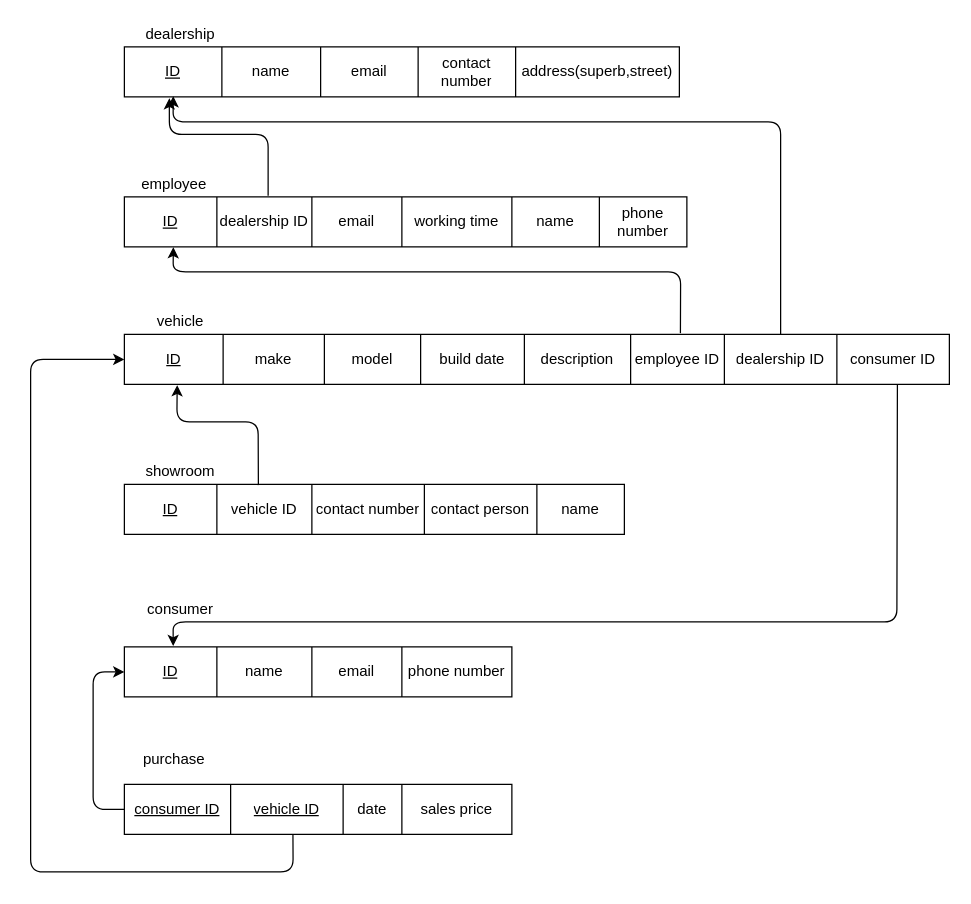
The draw.io diagram week3/ass1Q2.drawio in bekon-official/COMP9311, before the edit. Source tidied: cells renumbered, new cells numbered last; positions are measured from the earlier drawing's top-left corner, leaving out a move shared by most shapes. Both pictures are drawn from the tidied source at 125%, with x=0, y=0 at pixel (30, 21).
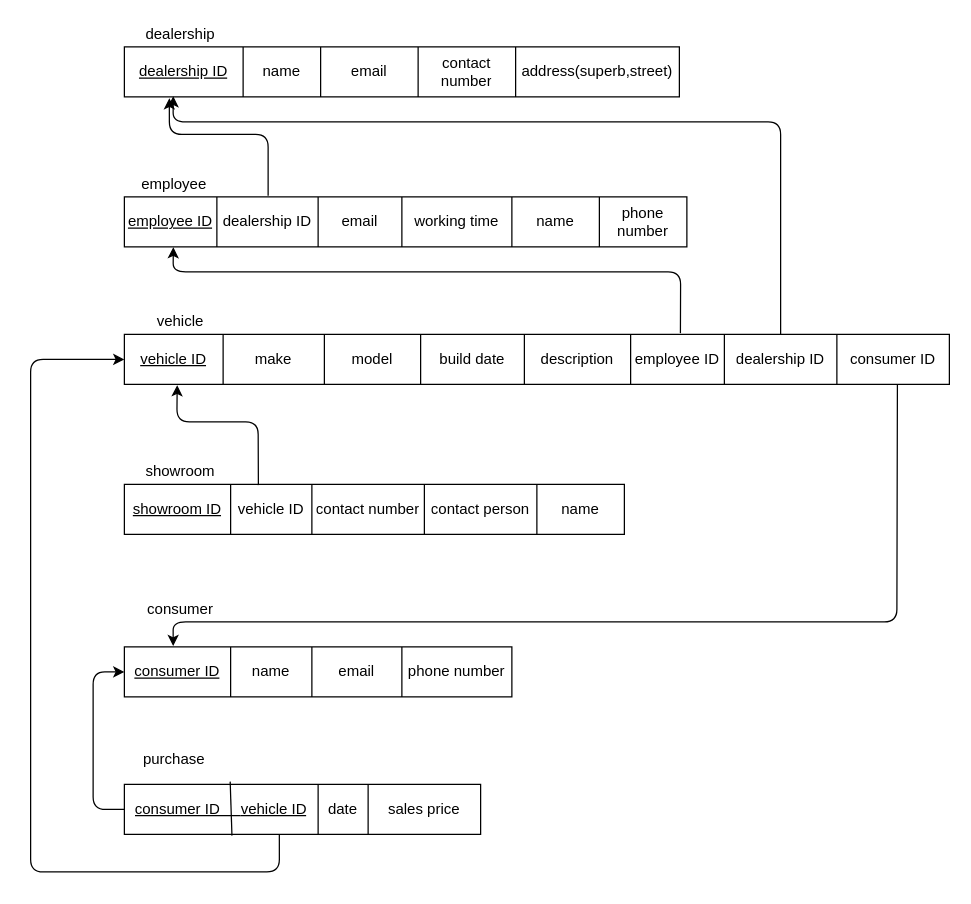
Above is the later version.

Unchanged cells that the change refers to:
```xml
<mxCell id="3" style="shape=partialRectangle;html=1;whiteSpace=wrap;fillColor=none;top=0;left=0;bottom=0;right=0;points=[[0,0.5],[1,0.5]];portConstraint=eastwest;" parent="2" vertex="1">
  <mxGeometry width="444" height="40" as="geometry" />
</mxCell>
<mxCell id="10" style="shape=partialRectangle;html=1;whiteSpace=wrap;fillColor=none;top=0;left=0;bottom=0;right=0;points=[[0,0.5],[1,0.5]];portConstraint=eastwest;" parent="9" vertex="1">
  <mxGeometry width="450" height="40" as="geometry" />
</mxCell>
<mxCell id="18" style="shape=partialRectangle;html=1;whiteSpace=wrap;fillColor=none;top=0;left=0;bottom=0;right=0;points=[[0,0.5],[1,0.5]];portConstraint=eastwest;" parent="17" vertex="1">
  <mxGeometry width="660" height="40" as="geometry" />
</mxCell>
<mxCell id="28" style="shape=partialRectangle;html=1;whiteSpace=wrap;fillColor=none;top=0;left=0;bottom=0;right=0;points=[[0,0.5],[1,0.5]];portConstraint=eastwest;" parent="27" vertex="1">
  <mxGeometry width="310" height="40" as="geometry" />
</mxCell>
<mxCell id="34" style="shape=partialRectangle;html=1;whiteSpace=wrap;fillColor=none;top=0;left=0;bottom=0;right=0;points=[[0,0.5],[1,0.5]];portConstraint=eastwest;" parent="33" vertex="1">
  <mxGeometry width="400" height="40" as="geometry" />
</mxCell>
```

What changed in the source:
```diff
@@
-    <mxCell id="4" value="&lt;u&gt;ID&lt;/u&gt;" style="shape=partialRectangle;html=1;whiteSpace=wrap;fillColor=none;top=0;left=0;bottom=0;right=0;overflow=hidden;" parent="3" vertex="1">
-      <mxGeometry width="78" height="40" as="geometry" />
+    <mxCell id="4" value="&lt;u&gt;dealership ID&lt;/u&gt;" style="shape=partialRectangle;html=1;whiteSpace=wrap;fillColor=none;top=0;left=0;bottom=0;right=0;overflow=hidden;" parent="3" vertex="1">
+      <mxGeometry width="95" height="40" as="geometry" />
     </mxCell>
     <mxCell id="5" value="name" style="shape=partialRectangle;html=1;whiteSpace=wrap;fillColor=none;top=0;left=0;bottom=0;right=0;overflow=hidden;" parent="3" vertex="1">
-      <mxGeometry x="78" width="79" height="40" as="geometry" />
+      <mxGeometry x="95" width="62" height="40" as="geometry" />
     </mxCell>
@@
-    <mxCell id="11" value="&lt;u&gt;ID&lt;/u&gt;" style="shape=partialRectangle;html=1;whiteSpace=wrap;fillColor=none;top=0;left=0;bottom=0;right=0;overflow=hidden;" parent="10" vertex="1">
+    <mxCell id="11" value="&lt;u&gt;employee ID&lt;/u&gt;" style="shape=partialRectangle;html=1;whiteSpace=wrap;fillColor=none;top=0;left=0;bottom=0;right=0;overflow=hidden;" parent="10" vertex="1">
       <mxGeometry width="74" height="40" as="geometry" />
     </mxCell>
     <mxCell id="12" value="dealership ID" style="shape=partialRectangle;html=1;whiteSpace=wrap;fillColor=none;top=0;left=0;bottom=0;right=0;overflow=hidden;" parent="10" vertex="1">
-      <mxGeometry x="74" width="76" height="40" as="geometry" />
+      <mxGeometry x="74" width="81" height="40" as="geometry" />
     </mxCell>
     <mxCell id="13" value="email" style="shape=partialRectangle;html=1;whiteSpace=wrap;fillColor=none;top=0;left=0;bottom=0;right=0;overflow=hidden;" parent="10" vertex="1">
-      <mxGeometry x="150" width="72" height="40" as="geometry" />
+      <mxGeometry x="155" width="67" height="40" as="geometry" />
     </mxCell>
@@
-    <mxCell id="19" value="&lt;u&gt;ID&lt;/u&gt;" style="shape=partialRectangle;html=1;whiteSpace=wrap;fillColor=none;top=0;left=0;bottom=0;right=0;overflow=hidden;" parent="18" vertex="1">
+    <mxCell id="19" value="&lt;u&gt;vehicle ID&lt;/u&gt;" style="shape=partialRectangle;html=1;whiteSpace=wrap;fillColor=none;top=0;left=0;bottom=0;right=0;overflow=hidden;" parent="18" vertex="1">
       <mxGeometry width="79" height="40" as="geometry" />
     </mxCell>
@@
-    <mxCell id="29" value="&lt;u&gt;ID&lt;/u&gt;" style="shape=partialRectangle;html=1;whiteSpace=wrap;fillColor=none;top=0;left=0;bottom=0;right=0;overflow=hidden;" parent="28" vertex="1">
-      <mxGeometry width="74" height="40" as="geometry" />
+    <mxCell id="29" value="&lt;u&gt;consumer ID&lt;/u&gt;" style="shape=partialRectangle;html=1;whiteSpace=wrap;fillColor=none;top=0;left=0;bottom=0;right=0;overflow=hidden;" parent="28" vertex="1">
+      <mxGeometry width="85" height="40" as="geometry" />
     </mxCell>
     <mxCell id="30" value="name" style="shape=partialRectangle;html=1;whiteSpace=wrap;fillColor=none;top=0;left=0;bottom=0;right=0;overflow=hidden;" parent="28" vertex="1">
-      <mxGeometry x="74" width="76" height="40" as="geometry" />
+      <mxGeometry x="85" width="65" height="40" as="geometry" />
     </mxCell>
@@
-    <mxCell id="35" value="&lt;u&gt;ID&lt;/u&gt;" style="shape=partialRectangle;html=1;whiteSpace=wrap;fillColor=none;top=0;left=0;bottom=0;right=0;overflow=hidden;" parent="34" vertex="1">
-      <mxGeometry width="74" height="40" as="geometry" />
+    <mxCell id="35" value="&lt;u&gt;showroom ID&lt;/u&gt;" style="shape=partialRectangle;html=1;whiteSpace=wrap;fillColor=none;top=0;left=0;bottom=0;right=0;overflow=hidden;" parent="34" vertex="1">
+      <mxGeometry width="85" height="40" as="geometry" />
     </mxCell>
     <mxCell id="36" value="vehicle ID" style="shape=partialRectangle;html=1;whiteSpace=wrap;fillColor=none;top=0;left=0;bottom=0;right=0;overflow=hidden;" parent="34" vertex="1">
-      <mxGeometry x="74" width="76" height="40" as="geometry" />
+      <mxGeometry x="85" width="65" height="40" as="geometry" />
     </mxCell>
@@
     <mxCell id="45" style="shape=table;html=1;whiteSpace=wrap;startSize=0;childLayout=tableLayout;" parent="1" vertex="1">
-      <mxGeometry x="75" y="610" width="310" height="40" as="geometry" />
+      <mxGeometry x="75" y="610" width="285" height="40" as="geometry" />
     </mxCell>
     <mxCell id="46" style="shape=partialRectangle;html=1;whiteSpace=wrap;fillColor=none;top=0;left=0;bottom=0;right=0;points=[[0,0.5],[1,0.5]];portConstraint=eastwest;" parent="45" vertex="1">
-      <mxGeometry width="310" height="40" as="geometry" />
+      <mxGeometry width="285" height="40" as="geometry" />
     </mxCell>
-    <mxCell id="47" value="&lt;u&gt;consumer ID&lt;/u&gt;" style="shape=partialRectangle;html=1;whiteSpace=wrap;fillColor=none;top=0;left=0;bottom=0;right=0;overflow=hidden;" parent="46" vertex="1">
-      <mxGeometry width="85" height="40" as="geometry" />
+    <mxCell id="47" value="&lt;u&gt;consumer ID&amp;nbsp; &amp;nbsp; &amp;nbsp;&lt;/u&gt;&lt;u&gt;vehicle ID&lt;/u&gt;" style="shape=partialRectangle;html=1;whiteSpace=wrap;fillColor=none;top=0;left=0;bottom=0;right=0;overflow=hidden;" parent="46" vertex="1">
+      <mxGeometry width="155" height="40" as="geometry" />
     </mxCell>
-    <mxCell id="48" value="&lt;u&gt;vehicle ID&lt;/u&gt;" style="shape=partialRectangle;html=1;whiteSpace=wrap;fillColor=none;top=0;left=0;bottom=0;right=0;overflow=hidden;" parent="46" vertex="1">
-      <mxGeometry x="85" width="90" height="40" as="geometry" />
+    <mxCell id="48" value="date" style="shape=partialRectangle;html=1;whiteSpace=wrap;fillColor=none;top=0;left=0;bottom=0;right=0;overflow=hidden;" parent="46" vertex="1">
+      <mxGeometry x="155" width="40" height="40" as="geometry" />
     </mxCell>
-    <mxCell id="49" value="date" style="shape=partialRectangle;html=1;whiteSpace=wrap;fillColor=none;top=0;left=0;bottom=0;right=0;overflow=hidden;" parent="46" vertex="1">
-      <mxGeometry x="175" width="47" height="40" as="geometry" />
+    <mxCell id="49" value="sales price" style="shape=partialRectangle;html=1;whiteSpace=wrap;fillColor=none;top=0;left=0;bottom=0;right=0;overflow=hidden;" parent="46" vertex="1">
+      <mxGeometry x="195" width="90" height="40" as="geometry" />
     </mxCell>
-    <mxCell id="50" value="sales price" style="shape=partialRectangle;html=1;whiteSpace=wrap;fillColor=none;top=0;left=0;bottom=0;right=0;overflow=hidden;" parent="46" vertex="1">
-      <mxGeometry x="222" width="88" height="40" as="geometry" />
-    </mxCell>
+    <mxCell id="59" style="endArrow=none;html=1;exitX=0.302;exitY=1.025;exitDx=0;exitDy=0;exitPerimeter=0;entryX=0.297;entryY=-0.055;entryDx=0;entryDy=0;entryPerimeter=0;" parent="45" edge="1" source="46" target="46">
+      <mxGeometry relative="1" as="geometry" />
+    </mxCell>
@@
     <mxCell id="58" style="endArrow=classic;html=1;exitX=0.435;exitY=1;exitDx=0;exitDy=0;exitPerimeter=0;entryX=0;entryY=0.5;entryDx=0;entryDy=0;" parent="1" edge="1" source="46" target="18">
       <mxGeometry relative="1" as="geometry">
         <Array as="points">
-          <mxPoint x="210" y="680" />
+          <mxPoint x="199" y="680" />
           <mxPoint y="680" />
           <mxPoint y="270" />
         </Array>
       </mxGeometry>
     </mxCell>
```
